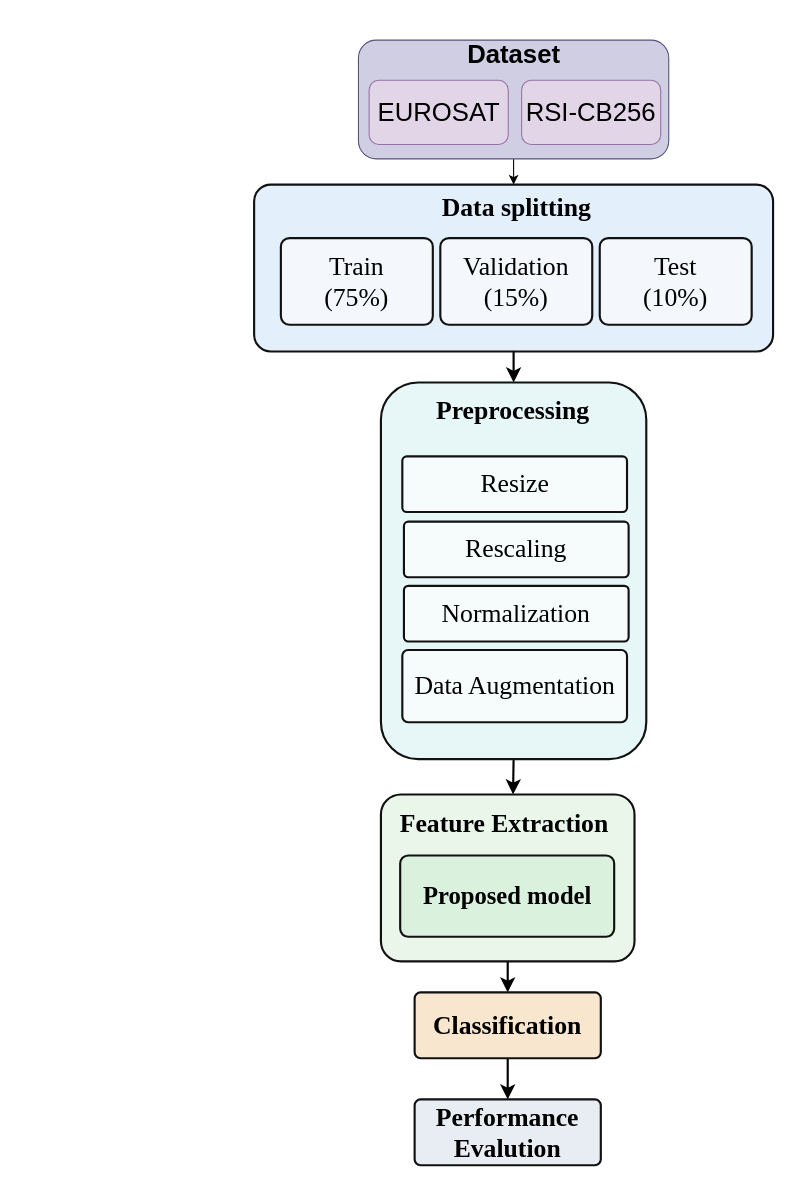
fac010150-cyber/draw_io keeps this draw.io diagram as glcm blk.drawio. Above is the earlier version. Source tidied: cells renumbered, new cells numbered last; positions are measured from the earlier drawing's top-left corner, leaving out a move shared by most shapes. Both pictures are drawn from the tidied source at 107%, with x=0, y=0 at pixel (254, 18).
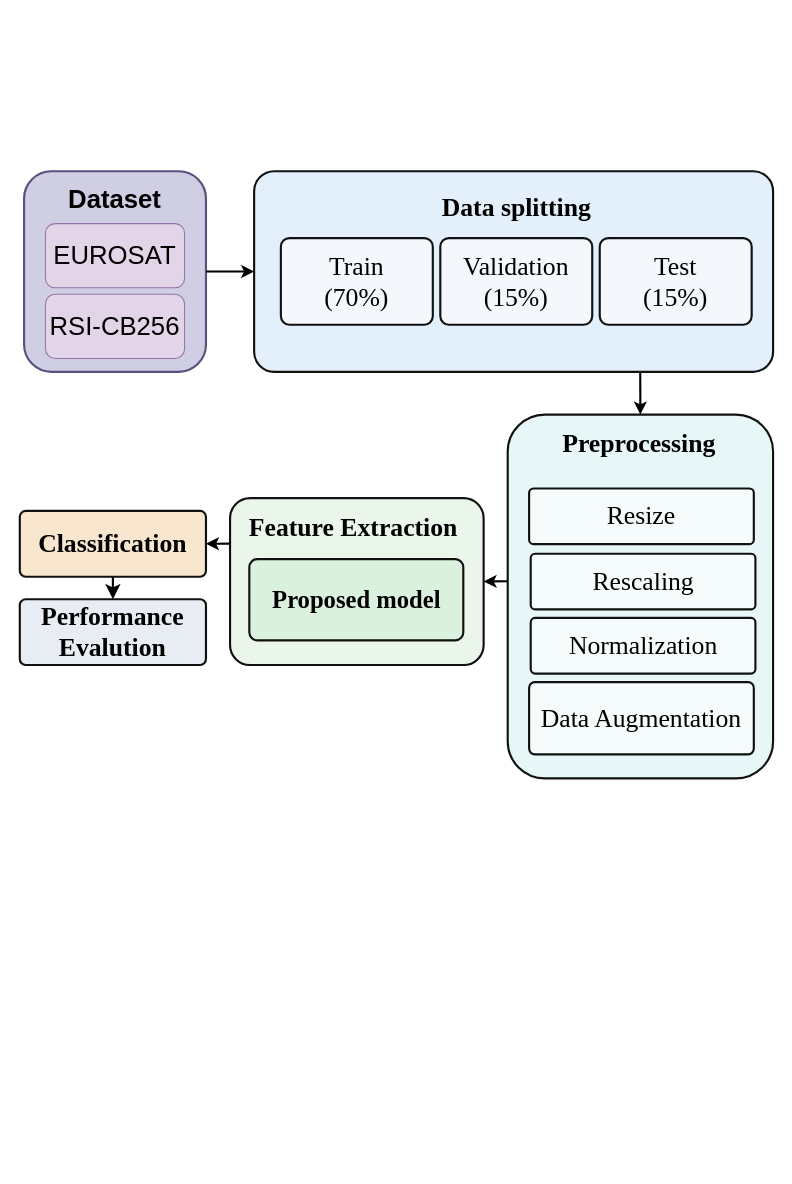
The same diagram, later.

The edit, as a diff of the source:
```diff
@@
+    <mxCell id="4" style="edgeStyle=orthogonalEdgeStyle;rounded=0;jettySize=auto;html=1;entryX=0.5;entryY=0;entryDx=0;entryDy=0;strokeWidth=2;exitX=0.744;exitY=1.003;exitDx=0;exitDy=0;exitPerimeter=0;" parent="1" edge="1" source="2" target="9">
+      <mxGeometry relative="1" as="geometry" />
+    </mxCell>
     <mxCell id="2" style="rounded=1;whiteSpace=wrap;html=1;arcSize=10;fillColor=#E3EFFA;strokeColor=#111111;strokeWidth=2;" parent="1" vertex="1">
-      <mxGeometry y="155" width="485" height="156" as="geometry" />
+      <mxGeometry y="142.5" width="485" height="187.5" as="geometry" />
     </mxCell>
@@
-    <mxCell id="4" style="edgeStyle=none;curved=1;rounded=0;jettySize=auto;html=1;fontSize=12;startSize=8;endSize=8;entryX=0.5;entryY=0;entryDx=0;entryDy=0;exitX=0.5;exitY=1;exitDx=0;exitDy=0;strokeWidth=2;" parent="1" edge="1" source="2" target="9">
-      <mxGeometry relative="1" as="geometry" />
-    </mxCell>
-    <mxCell id="5" value="Train&lt;br&gt;(75%)" style="rounded=1;whiteSpace=wrap;html=1;arcSize=10;fillColor=#F4F7FB;strokeColor=#111111;strokeWidth=2;fontFamily=Times New Roman;fontSize=24;align=center;verticalAlign=middle;" parent="1" vertex="1">
+    <mxCell id="5" value="Train&lt;br&gt;(70%)" style="rounded=1;whiteSpace=wrap;html=1;arcSize=10;fillColor=#F4F7FB;strokeColor=#111111;strokeWidth=2;fontFamily=Times New Roman;fontSize=24;align=center;verticalAlign=middle;" parent="1" vertex="1">
       <mxGeometry x="25" y="205" width="142" height="81" as="geometry" />
     </mxCell>
@@
-    <mxCell id="7" value="Test&lt;br&gt;(10%)" style="rounded=1;whiteSpace=wrap;html=1;arcSize=10;fillColor=#F4F7FB;strokeColor=#111111;strokeWidth=2;fontFamily=Times New Roman;fontSize=24;align=center;verticalAlign=middle;" parent="1" vertex="1">
+    <mxCell id="7" value="Test&lt;br&gt;(15%)" style="rounded=1;whiteSpace=wrap;html=1;arcSize=10;fillColor=#F4F7FB;strokeColor=#111111;strokeWidth=2;fontFamily=Times New Roman;fontSize=24;align=center;verticalAlign=middle;" parent="1" vertex="1">
       <mxGeometry x="323" y="205" width="142" height="81" as="geometry" />
     </mxCell>
-    <mxCell id="8" style="edgeStyle=none;curved=1;rounded=0;jettySize=auto;html=1;fontSize=12;startSize=8;endSize=8;entryX=0.521;entryY=0;entryDx=0;entryDy=0;entryPerimeter=0;strokeWidth=2;exitX=0.5;exitY=1;exitDx=0;exitDy=0;" parent="1" edge="1" source="9" target="16">
-      <mxGeometry relative="1" as="geometry" />
-    </mxCell>
     <mxCell id="9" style="rounded=1;whiteSpace=wrap;html=1;arcSize=14;fillColor=#E7F7F8;strokeColor=#111111;strokeWidth=2;" parent="1" vertex="1">
-      <mxGeometry x="118.5" y="340" width="248" height="352" as="geometry" />
+      <mxGeometry x="237" y="370" width="248" height="340" as="geometry" />
     </mxCell>
     <mxCell id="10" value="Preprocessing" style="text;html=1;strokeColor=none;fillColor=none;align=center;verticalAlign=middle;whiteSpace=wrap;fontFamily=Times New Roman;fontSize=24;fontStyle=1;" parent="1" vertex="1">
-      <mxGeometry x="166.5" y="352" width="150" height="30" as="geometry" />
+      <mxGeometry x="285" y="382" width="150" height="30" as="geometry" />
     </mxCell>
     <mxCell id="11" value="Resize" style="rounded=1;whiteSpace=wrap;html=1;arcSize=8;fillColor=#F6FBFC;strokeColor=#111111;strokeWidth=2;fontFamily=Times New Roman;fontSize=24;align=center;verticalAlign=middle;" parent="1" vertex="1">
-      <mxGeometry x="138.5" y="409" width="210" height="52" as="geometry" />
+      <mxGeometry x="257" y="439" width="210" height="52" as="geometry" />
     </mxCell>
     <mxCell id="12" value="Data Augmentation" style="rounded=1;whiteSpace=wrap;html=1;arcSize=8;fillColor=#F6FBFC;strokeColor=#111111;strokeWidth=2;fontFamily=Times New Roman;fontSize=24;align=center;verticalAlign=middle;" parent="1" vertex="1">
-      <mxGeometry x="138.5" y="590" width="210" height="67.5" as="geometry" />
+      <mxGeometry x="257" y="620" width="210" height="67.5" as="geometry" />
     </mxCell>
     <mxCell id="13" value="Rescaling" style="rounded=1;whiteSpace=wrap;html=1;arcSize=8;fillColor=#F6FBFC;strokeColor=#111111;strokeWidth=2;fontFamily=Times New Roman;fontSize=24;align=center;verticalAlign=middle;" parent="1" vertex="1">
-      <mxGeometry x="140" y="470" width="210" height="52" as="geometry" />
+      <mxGeometry x="258.5" y="500" width="210" height="52" as="geometry" />
     </mxCell>
     <mxCell id="14" value="Normalization" style="rounded=1;whiteSpace=wrap;html=1;arcSize=8;fillColor=#F6FBFC;strokeColor=#111111;strokeWidth=2;fontFamily=Times New Roman;fontSize=24;align=center;verticalAlign=middle;" parent="1" vertex="1">
-      <mxGeometry x="140" y="530" width="210" height="52" as="geometry" />
+      <mxGeometry x="258.5" y="560" width="210" height="52" as="geometry" />
     </mxCell>
-    <mxCell id="15" style="edgeStyle=none;curved=1;rounded=0;jettySize=auto;html=1;fontSize=12;startSize=8;endSize=8;exitX=0.5;exitY=1;exitDx=0;exitDy=0;strokeWidth=2;entryX=0.5;entryY=0;entryDx=0;entryDy=0;" parent="1" edge="1" source="16" target="20">
-      <mxGeometry relative="1" as="geometry" />
-    </mxCell>
     <mxCell id="16" style="rounded=1;whiteSpace=wrap;html=1;arcSize=12;fillColor=#EAF6EA;strokeColor=#111111;strokeWidth=2;" parent="1" vertex="1">
-      <mxGeometry x="118.5" y="725" width="237" height="156" as="geometry" />
+      <mxGeometry x="-22.5" y="448" width="237" height="156" as="geometry" />
     </mxCell>
     <mxCell id="17" value="Feature Extraction" style="text;html=1;strokeColor=none;fillColor=none;align=center;verticalAlign=middle;whiteSpace=wrap;fontFamily=Times New Roman;fontSize=24;fontStyle=1;" parent="1" vertex="1">
-      <mxGeometry x="133.5" y="737" width="200" height="32" as="geometry" />
+      <mxGeometry x="-7.5" y="460" width="200" height="32" as="geometry" />
     </mxCell>
     <mxCell id="18" value="&lt;b&gt;Proposed model&lt;/b&gt;" style="rounded=1;whiteSpace=wrap;html=1;arcSize=10;fillColor=#DAF1DE;strokeColor=#111111;strokeWidth=2;fontFamily=Times New Roman;fontSize=23;align=center;verticalAlign=middle;" parent="1" vertex="1">
-      <mxGeometry x="136.5" y="782" width="200" height="76" as="geometry" />
+      <mxGeometry x="-4.5" y="505" width="200" height="76" as="geometry" />
     </mxCell>
@@
     <mxCell id="20" value="Classification" style="rounded=1;whiteSpace=wrap;html=1;arcSize=9;fillColor=#F8E6CF;strokeColor=#111111;strokeWidth=2;fontFamily=Times New Roman;fontSize=24;align=center;verticalAlign=middle;fontStyle=1;" parent="1" vertex="1">
-      <mxGeometry x="150" y="910" width="174" height="61.5" as="geometry" />
+      <mxGeometry x="-219" y="460" width="174" height="61.5" as="geometry" />
     </mxCell>
     <mxCell id="21" value="Performance&lt;br&gt;Evalution" style="rounded=1;whiteSpace=wrap;html=1;arcSize=9;fillColor=#E8EDF4;strokeColor=#111111;strokeWidth=2;fontFamily=Times New Roman;fontSize=24;align=center;verticalAlign=middle;fontStyle=1;" parent="1" vertex="1">
-      <mxGeometry x="150" y="1010" width="174" height="61.5" as="geometry" />
+      <mxGeometry x="-219" y="542.5" width="174" height="61.5" as="geometry" />
     </mxCell>
-    <mxCell id="22" style="edgeStyle=orthogonalEdgeStyle;rounded=0;jettySize=auto;html=1;entryX=0.5;entryY=0;entryDx=0;entryDy=0;" parent="1" edge="1" source="23" target="2">
-      <mxGeometry relative="1" as="geometry" />
-    </mxCell>
-    <mxCell id="23" style="rounded=1;whiteSpace=wrap;html=1;roundedPerimeter=1;fillColor=#d0cee2;strokeColor=#56517e;" parent="1" vertex="1">
-      <mxGeometry x="97.5" y="20" width="290" height="111" as="geometry" />
+    <mxCell id="23" style="rounded=1;whiteSpace=wrap;html=1;roundedPerimeter=1;fillColor=#d0cee2;strokeColor=#56517e;strokeWidth=2;" parent="1" vertex="1">
+      <mxGeometry x="-215" y="142.5" width="170" height="187.5" as="geometry" />
     </mxCell>
     <mxCell id="24" value="EUROSAT" style="rounded=1;whiteSpace=wrap;html=1;roundedPerimeter=1;fillColor=#e1d5e7;strokeColor=#9673a6;fontSize=24;" parent="1" vertex="1">
-      <mxGeometry x="107.5" y="57.5" width="130" height="60" as="geometry" />
+      <mxGeometry x="-195" y="191.5" width="130" height="60" as="geometry" />
     </mxCell>
     <mxCell id="25" value="RSI-CB256" style="rounded=1;whiteSpace=wrap;html=1;roundedPerimeter=1;fillColor=#e1d5e7;strokeColor=#9673a6;fontSize=24;" parent="1" vertex="1">
-      <mxGeometry x="250" y="57.5" width="130" height="60" as="geometry" />
+      <mxGeometry x="-195" y="257.5" width="130" height="60" as="geometry" />
     </mxCell>
     <mxCell id="26" value="&lt;span&gt;Dataset&lt;/span&gt;" style="text;html=1;whiteSpace=wrap;strokeColor=none;fillColor=none;align=center;verticalAlign=middle;rounded=0;fontSize=24;fontStyle=1;" parent="1" vertex="1">
-      <mxGeometry x="177.5" width="130" height="67.5" as="geometry" />
+      <mxGeometry x="-195" y="135.5" width="130" height="67.5" as="geometry" />
     </mxCell>
+    <mxCell id="22" style="edgeStyle=none;jettySize=auto;html=1;rounded=0;exitX=1;exitY=0.5;exitDx=0;exitDy=0;entryX=0;entryY=0.5;entryDx=0;entryDy=0;strokeWidth=2;" parent="1" edge="1" source="23" target="2">
+      <mxGeometry relative="1" as="geometry" />
+    </mxCell>
+    <mxCell id="8" style="edgeStyle=none;jettySize=auto;html=1;rounded=0;exitX=-0.001;exitY=0.458;exitDx=0;exitDy=0;exitPerimeter=0;entryX=1;entryY=0.5;entryDx=0;entryDy=0;strokeWidth=2;" parent="1" edge="1" source="9" target="16">
+      <mxGeometry relative="1" as="geometry" />
+    </mxCell>
+    <mxCell id="15" style="edgeStyle=none;jettySize=auto;html=1;rounded=0;exitX=0;exitY=0.273;exitDx=0;exitDy=0;entryX=1;entryY=0.5;entryDx=0;entryDy=0;strokeWidth=2;exitPerimeter=0;" parent="1" edge="1" source="16" target="20">
+      <mxGeometry relative="1" as="geometry" />
+    </mxCell>
```
